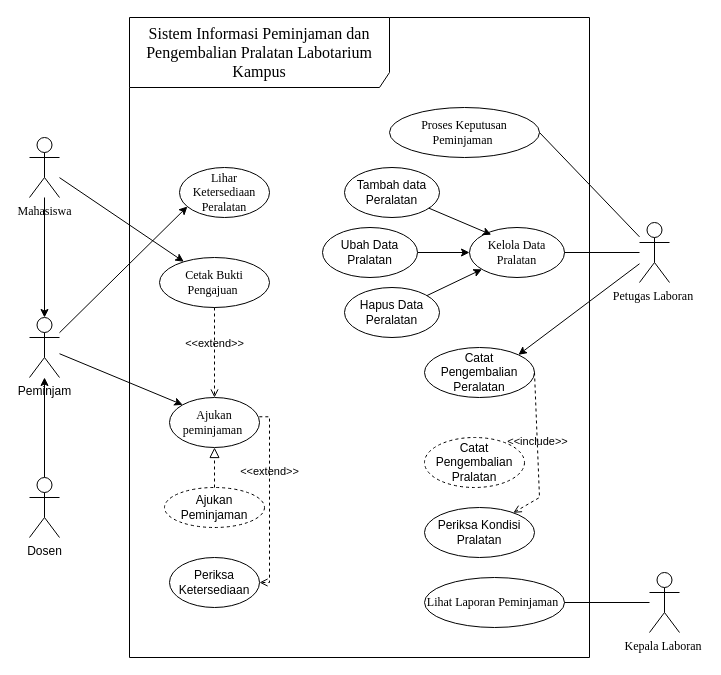
Above: 04_model_analisis/P03/LAB/P03_2406033_LAB_usecase_v01.drawio in 2406033-Faisal/IFRWP5149_2406033_LabAlat (draw.io), before the change. Source tidied: cells renumbered, new cells numbered last; positions are measured from the earlier drawing's top-left corner, leaving out a move shared by most shapes. Both pictures are drawn from the tidied source at 100%, with x=0, y=0 at pixel (29, 17).
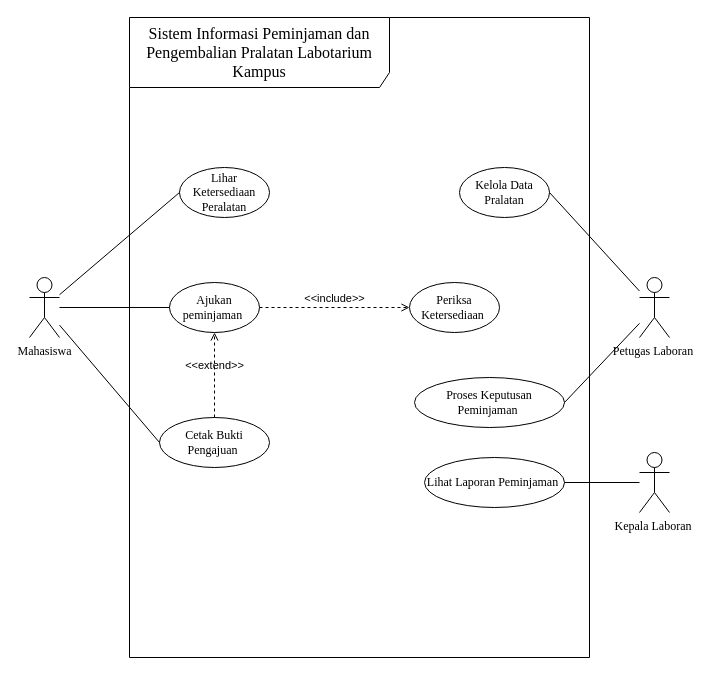
The same diagram, later.

Unchanged cells that the change refers to:
```xml
<mxCell id="2" value="&lt;div align=&quot;center&quot;&gt;&lt;font face=&quot;Times New Roman&quot; style=&quot;font-size: 16px;&quot;&gt;Sistem Informasi Peminjaman dan Pengembalian Pralatan Labotarium Kampus&lt;/font&gt;&lt;/div&gt;" style="shape=umlFrame;whiteSpace=wrap;html=1;width=260;height=70;align=center;rounded=0;labelBackgroundColor=none;" parent="1" vertex="1">
  <mxGeometry x="100" width="460" height="640" as="geometry" />
</mxCell>
<mxCell id="3" value="&lt;font face=&quot;Times New Roman&quot;&gt;Lihar Ketersediaan Peralatan&lt;/font&gt;" style="ellipse;whiteSpace=wrap;html=1;shapeInside=1;rounded=0;labelBackgroundColor=none;" parent="2" vertex="1">
  <mxGeometry x="50" y="150" width="90" height="50" as="geometry" />
</mxCell>
```

Change to the diagram source:
```diff
@@
+    <mxCell id="10" value="&lt;font face=&quot;Times New Roman&quot;&gt;Periksa Ketersediaan&amp;nbsp;&lt;/font&gt;" style="ellipse;whiteSpace=wrap;html=1;shapeInside=1;rounded=0;labelBackgroundColor=none;" parent="2" vertex="1">
+      <mxGeometry x="280" y="265" width="90" height="50" as="geometry" />
+    </mxCell>
     <mxCell id="4" value="&lt;font face=&quot;Times New Roman&quot;&gt;Ajukan peminjaman&amp;nbsp;&lt;/font&gt;" style="ellipse;whiteSpace=wrap;html=1;shapeInside=1;rounded=0;labelBackgroundColor=none;" parent="2" vertex="1">
-      <mxGeometry x="40" y="380" width="90" height="50" as="geometry" />
+      <mxGeometry x="40" y="265" width="90" height="50" as="geometry" />
     </mxCell>
     <mxCell id="5" value="&lt;font face=&quot;Times New Roman&quot;&gt;Kelola Data Pralatan&lt;/font&gt;" style="ellipse;whiteSpace=wrap;html=1;shapeInside=1;rounded=0;labelBackgroundColor=none;" parent="2" vertex="1">
-      <mxGeometry x="340" y="210" width="95" height="50" as="geometry" />
+      <mxGeometry x="330" y="150" width="90" height="50" as="geometry" />
     </mxCell>
     <mxCell id="6" value="&lt;font face=&quot;Times New Roman&quot;&gt;Cetak Bukti Pengajuan&amp;nbsp;&lt;/font&gt;" style="ellipse;whiteSpace=wrap;html=1;shapeInside=1;rounded=0;labelBackgroundColor=none;" parent="2" vertex="1">
-      <mxGeometry x="30" y="240" width="110" height="50" as="geometry" />
+      <mxGeometry x="30" y="400" width="110" height="50" as="geometry" />
     </mxCell>
     <mxCell id="7" value="&lt;font face=&quot;Times New Roman&quot;&gt;Proses Keputusan Peminjaman&amp;nbsp;&lt;/font&gt;" style="ellipse;whiteSpace=wrap;html=1;shapeInside=1;rounded=0;labelBackgroundColor=none;" parent="2" vertex="1">
-      <mxGeometry x="260" y="90" width="150" height="50" as="geometry" />
+      <mxGeometry x="285" y="360" width="150" height="50" as="geometry" />
     </mxCell>
     <mxCell id="8" value="&lt;font face=&quot;Times New Roman&quot;&gt;Lihat Laporan Peminjaman&amp;nbsp;&lt;/font&gt;" style="ellipse;whiteSpace=wrap;html=1;shapeInside=1;rounded=0;labelBackgroundColor=none;" parent="2" vertex="1">
-      <mxGeometry x="295" y="560" width="140" height="50" as="geometry" />
+      <mxGeometry x="295" y="440" width="140" height="50" as="geometry" />
     </mxCell>
+    <mxCell id="20" value="&amp;lt;&amp;lt;include&amp;gt;&amp;gt;" style="html=1;verticalAlign=bottom;labelBackgroundColor=none;endArrow=open;endFill=0;dashed=1;rounded=0;entryX=0;entryY=0.5;entryDx=0;entryDy=0;exitX=1;exitY=0.5;exitDx=0;exitDy=0;fontColor=default;" parent="2" edge="1" source="4" target="10">
+      <mxGeometry relative="1" as="geometry" />
+    </mxCell>
-    <mxCell id="9" value="&amp;lt;&amp;lt;extend&amp;gt;&amp;gt;" style="html=1;verticalAlign=bottom;labelBackgroundColor=none;endArrow=open;endFill=0;dashed=1;rounded=0;exitX=0.5;exitY=1;exitDx=0;exitDy=0;fontColor=default;" parent="2" edge="1" source="6" target="4">
+    <mxCell id="9" value="&amp;lt;&amp;lt;extend&amp;gt;&amp;gt;" style="html=1;verticalAlign=bottom;labelBackgroundColor=none;endArrow=open;endFill=0;dashed=1;rounded=0;entryX=0.5;entryY=1;entryDx=0;entryDy=0;exitX=0.5;exitY=0;exitDx=0;exitDy=0;fontColor=default;" parent="2" edge="1" source="6" target="4">
       <mxGeometry relative="1" as="geometry" />
     </mxCell>
-    <mxCell id="10" value="Periksa Ketersediaan" style="ellipse;whiteSpace=wrap;html=1;shapeInside=1;rounded=0;labelBackgroundColor=none;" parent="2" vertex="1">
-      <mxGeometry x="40" y="540" width="90" height="50" as="geometry" />
-    </mxCell>
-    <mxCell id="11" value="&amp;lt;&amp;lt;extend&amp;gt;&amp;gt;" style="html=1;verticalAlign=bottom;labelBackgroundColor=none;endArrow=open;endFill=0;dashed=1;rounded=0;exitX=0.998;exitY=0.385;exitDx=0;exitDy=0;fontColor=default;entryX=1;entryY=0.5;entryDx=0;entryDy=0;exitPerimeter=0;edgeStyle=orthogonalEdgeStyle;" parent="2" edge="1" source="4" target="10">
-      <mxGeometry x="-0.2" relative="1" as="geometry" />
-    </mxCell>
-    <mxCell id="12" value="Tambah data Peralatan" style="ellipse;whiteSpace=wrap;html=1;shapeInside=1;rounded=0;labelBackgroundColor=none;" parent="2" vertex="1">
-      <mxGeometry x="215" y="150" width="95" height="50" as="geometry" />
-    </mxCell>
-    <mxCell id="13" style="edgeStyle=orthogonalEdgeStyle;rounded=0;jettySize=auto;html=1;entryX=0;entryY=0.5;entryDx=0;entryDy=0;" parent="2" edge="1" source="14" target="5">
-      <mxGeometry relative="1" as="geometry" />
-    </mxCell>
-    <mxCell id="14" value="Ubah Data Pralatan" style="ellipse;whiteSpace=wrap;html=1;shapeInside=1;rounded=0;labelBackgroundColor=none;" parent="2" vertex="1">
-      <mxGeometry x="193" y="210" width="95" height="50" as="geometry" />
-    </mxCell>
-    <mxCell id="15" style="rounded=0;jettySize=auto;html=1;" parent="2" edge="1" source="16" target="5">
-      <mxGeometry relative="1" as="geometry" />
-    </mxCell>
-    <mxCell id="16" value="Hapus Data Peralatan" style="ellipse;whiteSpace=wrap;html=1;shapeInside=1;rounded=0;labelBackgroundColor=none;" parent="2" vertex="1">
-      <mxGeometry x="215" y="270" width="95" height="50" as="geometry" />
-    </mxCell>
-    <mxCell id="17" style="rounded=0;jettySize=auto;html=1;entryX=0.229;entryY=0.143;entryDx=0;entryDy=0;entryPerimeter=0;" parent="2" edge="1" source="12" target="5">
-      <mxGeometry relative="1" as="geometry" />
-    </mxCell>
-    <mxCell id="18" value="Catat Pengembalian Peralatan" style="ellipse;whiteSpace=wrap;html=1;shapeInside=1;rounded=0;labelBackgroundColor=none;" parent="2" vertex="1">
-      <mxGeometry x="295" y="330" width="110" height="50" as="geometry" />
-    </mxCell>
-    <mxCell id="19" value="Periksa Kondisi Pralatan" style="ellipse;whiteSpace=wrap;html=1;shapeInside=1;rounded=0;labelBackgroundColor=none;" parent="2" vertex="1">
-      <mxGeometry x="295" y="490" width="110" height="50" as="geometry" />
-    </mxCell>
-    <mxCell id="20" value="&amp;lt;&amp;lt;include&amp;gt;&amp;gt;" style="html=1;verticalAlign=bottom;labelBackgroundColor=none;endArrow=open;endFill=0;dashed=1;rounded=0;exitX=1;exitY=0.5;exitDx=0;exitDy=0;" parent="2" edge="1" source="18" target="19">
-      <mxGeometry relative="1" as="geometry">
-        <Array as="points">
-          <mxPoint x="410" y="480" />
-        </Array>
-      </mxGeometry>
-    </mxCell>
-    <mxCell id="21" value="Ajukan Peminjaman" style="ellipse;whiteSpace=wrap;html=1;align=center;dashed=1;" parent="2" vertex="1">
-      <mxGeometry x="35" y="470" width="100" height="40" as="geometry" />
-    </mxCell>
-    <mxCell id="22" style="endArrow=block;startArrow=none;endFill=0;startFill=0;endSize=8;html=1;verticalAlign=bottom;dashed=1;labelBackgroundColor=none;rounded=0;entryX=0.5;entryY=1;entryDx=0;entryDy=0;exitX=0.5;exitY=0;exitDx=0;exitDy=0;" parent="2" edge="1" source="21" target="4">
-      <mxGeometry relative="1" as="geometry" />
-    </mxCell>
-    <mxCell id="23" value="Catat Pengembalian Pralatan" style="ellipse;whiteSpace=wrap;html=1;align=center;dashed=1;" parent="2" vertex="1">
-      <mxGeometry x="295" y="420" width="100" height="50" as="geometry" />
-    </mxCell>
-    <mxCell id="24" style="edgeStyle=orthogonalEdgeStyle;rounded=0;jettySize=auto;html=1;" parent="1" edge="1" source="26" target="34">
-      <mxGeometry relative="1" as="geometry" />
-    </mxCell>
+    <mxCell id="38" style="rounded=0;jettySize=auto;html=1;entryX=0;entryY=0.5;entryDx=0;entryDy=0;endArrow=none;endFill=0;labelBackgroundColor=none;fontColor=default;" parent="1" edge="1" source="26" target="3">
+      <mxGeometry relative="1" as="geometry" />
+    </mxCell>
+    <mxCell id="39" style="rounded=0;jettySize=auto;html=1;entryX=0;entryY=0.5;entryDx=0;entryDy=0;endArrow=none;endFill=0;labelBackgroundColor=none;fontColor=default;" parent="1" edge="1" source="26" target="4">
+      <mxGeometry relative="1" as="geometry" />
+    </mxCell>
-    <mxCell id="25" style="rounded=0;jettySize=auto;html=1;" parent="1" edge="1" source="26" target="6">
+    <mxCell id="25" style="rounded=0;jettySize=auto;html=1;entryX=0;entryY=0.5;entryDx=0;entryDy=0;endArrow=none;endFill=0;labelBackgroundColor=none;fontColor=default;" parent="1" edge="1" source="26" target="6">
       <mxGeometry relative="1" as="geometry" />
     </mxCell>
     <mxCell id="26" value="&lt;div&gt;&lt;font face=&quot;Times New Roman&quot;&gt;Mahasiswa&lt;/font&gt;&lt;/div&gt;&lt;div&gt;&lt;font face=&quot;Times New Roman&quot;&gt;&lt;br&gt;&lt;/font&gt;&lt;/div&gt;&lt;div&gt;&lt;font face=&quot;Times New Roman&quot;&gt;&lt;br&gt;&lt;/font&gt;&lt;/div&gt;" style="shape=umlActor;verticalLabelPosition=bottom;verticalAlign=top;html=1;rounded=0;labelBackgroundColor=none;" parent="1" vertex="1">
-      <mxGeometry y="120" width="30" height="60" as="geometry" />
+      <mxGeometry y="260" width="30" height="60" as="geometry" />
     </mxCell>
@@
-    <mxCell id="29" style="rounded=0;jettySize=auto;html=1;entryX=1;entryY=0;entryDx=0;entryDy=0;" parent="1" edge="1" source="30" target="18">
-      <mxGeometry relative="1" as="geometry" />
-    </mxCell>
     <mxCell id="30" value="&lt;font face=&quot;Times New Roman&quot;&gt;Petugas Laboran&amp;nbsp;&lt;/font&gt;" style="shape=umlActor;verticalLabelPosition=bottom;verticalAlign=top;html=1;rounded=0;labelBackgroundColor=none;" parent="1" vertex="1">
-      <mxGeometry x="610" y="205" width="30" height="60" as="geometry" />
+      <mxGeometry x="610" y="260" width="30" height="60" as="geometry" />
     </mxCell>
@@
     <mxCell id="32" value="&lt;font face=&quot;Times New Roman&quot;&gt;Kepala Laboran&amp;nbsp;&lt;/font&gt;" style="shape=umlActor;verticalLabelPosition=bottom;verticalAlign=top;html=1;rounded=0;labelBackgroundColor=none;" parent="1" vertex="1">
-      <mxGeometry x="620" y="555" width="30" height="60" as="geometry" />
+      <mxGeometry x="610" y="435" width="30" height="60" as="geometry" />
     </mxCell>
-    <mxCell id="33" style="rounded=0;jettySize=auto;html=1;entryX=0;entryY=0;entryDx=0;entryDy=0;" parent="1" edge="1" source="34" target="4">
-      <mxGeometry relative="1" as="geometry" />
-    </mxCell>
-    <mxCell id="34" value="&lt;div&gt;Peminjam&lt;/div&gt;&lt;div&gt;&lt;br&gt;&lt;/div&gt;&lt;div&gt;&lt;br&gt;&lt;/div&gt;" style="shape=umlActor;verticalLabelPosition=bottom;verticalAlign=top;html=1;rounded=0;labelBackgroundColor=none;" parent="1" vertex="1">
-      <mxGeometry y="300" width="30" height="60" as="geometry" />
-    </mxCell>
-    <mxCell id="35" style="edgeStyle=orthogonalEdgeStyle;rounded=0;jettySize=auto;html=1;" parent="1" edge="1" source="36" target="34">
-      <mxGeometry relative="1" as="geometry" />
-    </mxCell>
-    <mxCell id="36" value="&lt;div&gt;Dosen&lt;/div&gt;&lt;div&gt;&lt;br&gt;&lt;/div&gt;&lt;div&gt;&lt;br&gt;&lt;/div&gt;&lt;div&gt;&lt;br&gt;&lt;/div&gt;" style="shape=umlActor;verticalLabelPosition=bottom;verticalAlign=top;html=1;rounded=0;labelBackgroundColor=none;" parent="1" vertex="1">
-      <mxGeometry y="460" width="30" height="60" as="geometry" />
-    </mxCell>
-    <mxCell id="37" style="rounded=0;jettySize=auto;html=1;entryX=0.088;entryY=0.78;entryDx=0;entryDy=0;entryPerimeter=0;" parent="1" edge="1" source="34" target="3">
-      <mxGeometry relative="1" as="geometry" />
-    </mxCell>
```
